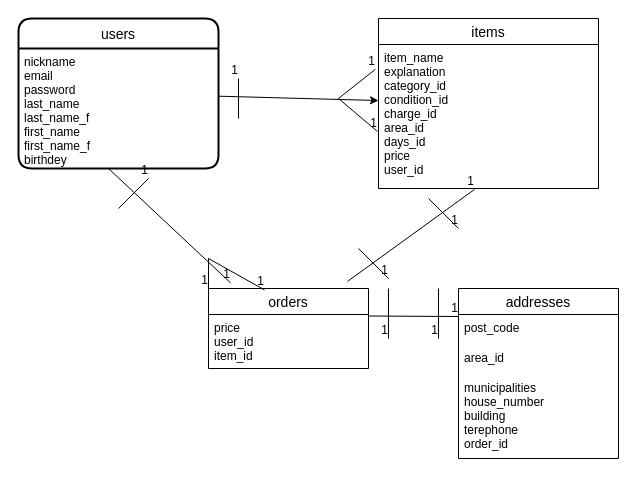
Before: test.dio in kutidake/furima-36688, a draw.io diagram. Source tidied: cells renumbered, new cells numbered last; positions are measured from the earlier drawing's top-left corner, leaving out a move shared by most shapes. Both pictures are drawn from the tidied source at 100%, with x=0, y=0 at pixel (18, 18).
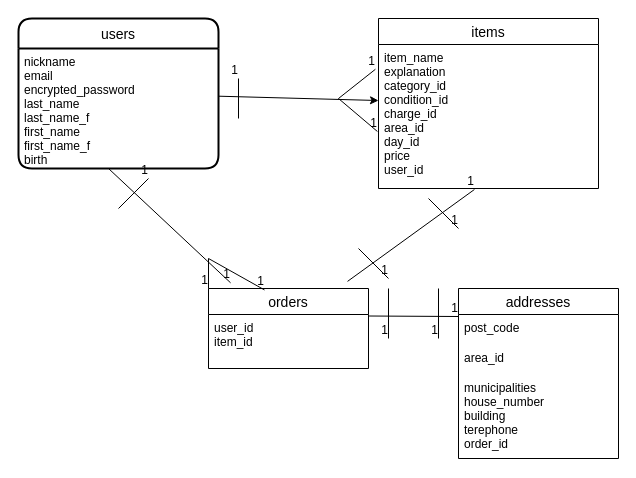
Above is the later version.

Unchanged cells that the change refers to:
```xml
<mxCell id="3" value="users" style="swimlane;horizontal=1;startSize=30;rounded=1;fontSize=14;fontStyle=0;strokeWidth=2;shadow=0;dashed=0;align=center;" parent="1" vertex="1">
  <mxGeometry width="200" height="150" as="geometry" />
</mxCell>
<mxCell id="5" value="items" style="swimlane;fontStyle=0;horizontal=1;startSize=26;align=center;fontSize=14;" parent="1" vertex="1">
  <mxGeometry x="360" width="220" height="170" as="geometry" />
</mxCell>
<mxCell id="13" value="orders" style="swimlane;fontStyle=0;horizontal=1;startSize=26;align=center;fontSize=14;" parent="1" vertex="1">
  <mxGeometry x="190" y="270" width="160" height="80" as="geometry" />
</mxCell>
```

What changed in the source:
```diff
@@
-    <mxCell id="4" value="nickname&#10;email&#10;password&#10;last_name&#10;last_name_f&#10;first_name&#10;first_name_f&#10;birthdey" style="align=left;strokeColor=none;fillColor=none;spacingLeft=4;fontSize=12;verticalAlign=top;" parent="3" vertex="1">
+    <mxCell id="4" value="nickname&#10;email&#10;encrypted_password&#10;last_name&#10;last_name_f&#10;first_name&#10;first_name_f&#10;birth" style="align=left;strokeColor=none;fillColor=none;spacingLeft=4;fontSize=12;verticalAlign=top;" parent="3" vertex="1">
       <mxGeometry y="30" width="200" height="120" as="geometry" />
     </mxCell>
@@
-    <mxCell id="6" value="item_name&#10;explanation&#10;category_id&#10;condition_id&#10;charge_id&#10;area_id&#10;days_id&#10;price&#10;user_id" style="text;strokeColor=none;fillColor=none;spacingLeft=4;spacingRight=4;overflow=hidden;points=[[0,0.5],[1,0.5]];portConstraint=eastwest;fontSize=12;" parent="5" vertex="1">
+    <mxCell id="6" value="item_name&#10;explanation&#10;category_id&#10;condition_id&#10;charge_id&#10;area_id&#10;day_id&#10;price&#10;user_id" style="text;strokeColor=none;fillColor=none;spacingLeft=4;spacingRight=4;overflow=hidden;points=[[0,0.5],[1,0.5]];portConstraint=eastwest;fontSize=12;" parent="5" vertex="1">
       <mxGeometry y="26" width="220" height="144" as="geometry" />
     </mxCell>
@@
-    <mxCell id="14" value="price&#10;user_id&#10;item_id" style="text;strokeColor=none;fillColor=none;spacingLeft=4;spacingRight=4;overflow=hidden;fontSize=12;" parent="13" vertex="1">
+    <mxCell id="14" value="user_id&#10;item_id" style="text;strokeColor=none;fillColor=none;spacingLeft=4;spacingRight=4;overflow=hidden;fontSize=12;" parent="13" vertex="1">
       <mxGeometry y="26" width="160" height="54" as="geometry" />
     </mxCell>
```
